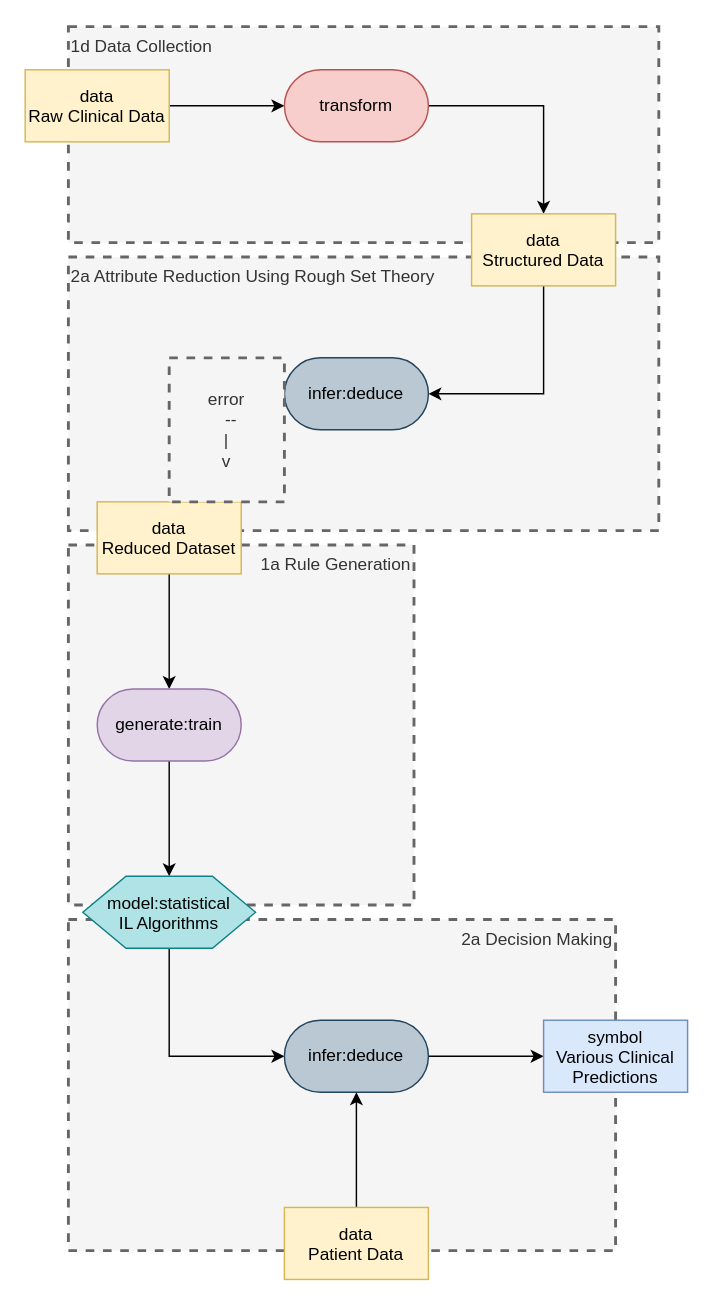
This is page "Page-1" (1 of 2) of medical patterns to boxologies/Rules Embedded in ML architecture (REML)/Inductive Learning based on Rough Set Theory for Medical Decision Making.drawio from zonnesmit/thesis, a draw.io file, before an edit. Source tidied: cells renumbered, new cells numbered last; positions are measured from the earlier drawing's top-left corner, leaving out a move shared by most shapes. Both pictures are drawn from the tidied source at 144%, with x=0, y=0 at pixel (24, 26).
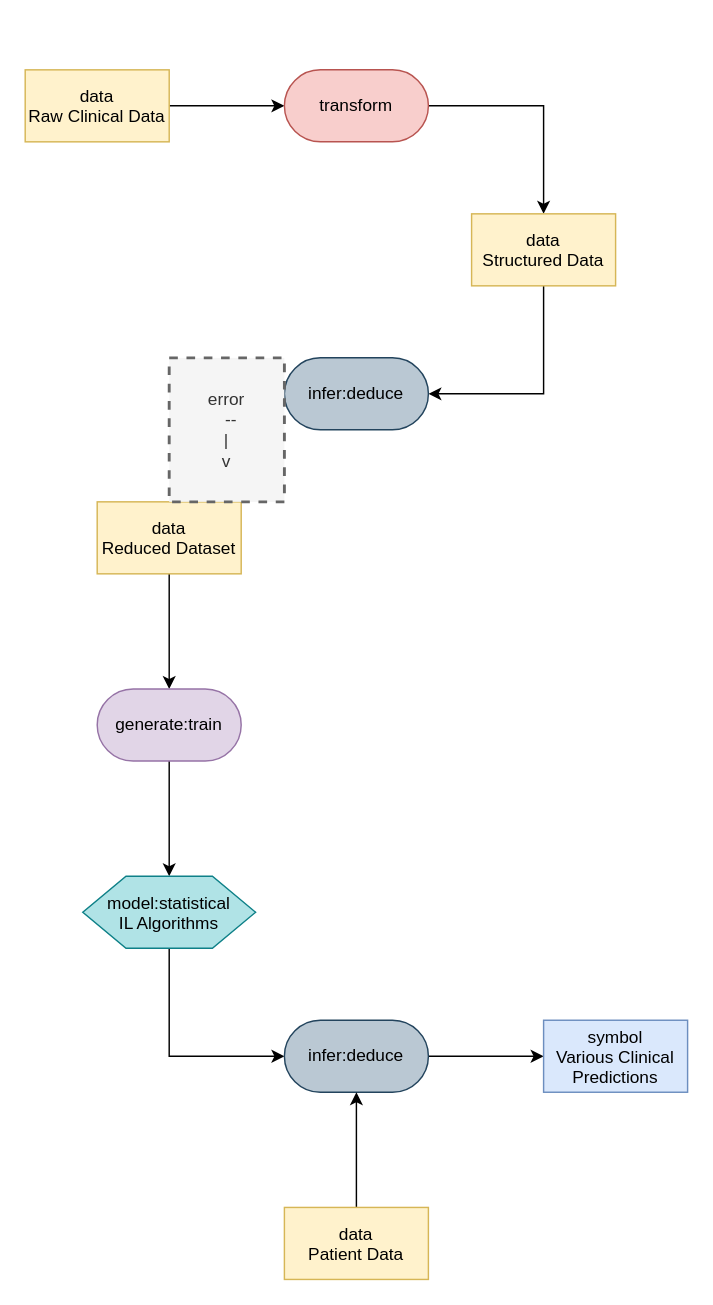
The same page after the edit.

Change to the diagram source:
```diff
@@
-    <mxCell id="2" value="2a Decision Making" style="text;html=1;align=right;verticalAlign=top;whiteSpace=wrap;rounded=0;dashed=1;fillColor=#f5f5f5;fontColor=#333333;strokeColor=#666666;strokeWidth=2;" parent="1" vertex="1">
-      <mxGeometry x="30" y="620" width="380" height="230" as="geometry" />
-    </mxCell>
-    <mxCell id="3" value="1a Rule Generation" style="text;html=1;align=right;verticalAlign=top;whiteSpace=wrap;rounded=0;dashed=1;fillColor=#f5f5f5;fontColor=#333333;strokeColor=#666666;strokeWidth=2;" parent="1" vertex="1">
-      <mxGeometry x="30" y="360" width="240" height="250" as="geometry" />
-    </mxCell>
-    <mxCell id="4" value="2a Attribute Reduction Using Rough Set Theory" style="text;html=1;align=left;verticalAlign=top;whiteSpace=wrap;rounded=0;dashed=1;fillColor=#f5f5f5;fontColor=#333333;strokeColor=#666666;strokeWidth=2;" parent="1" vertex="1">
-      <mxGeometry x="30" y="160" width="410" height="190" as="geometry" />
-    </mxCell>
-    <mxCell id="5" value="1d Data Collection" style="text;html=1;align=left;verticalAlign=top;whiteSpace=wrap;rounded=0;dashed=1;fillColor=#f5f5f5;fontColor=#333333;strokeColor=#666666;strokeWidth=2;" parent="1" vertex="1">
-      <mxGeometry x="30" width="410" height="150" as="geometry" />
-    </mxCell>
```
